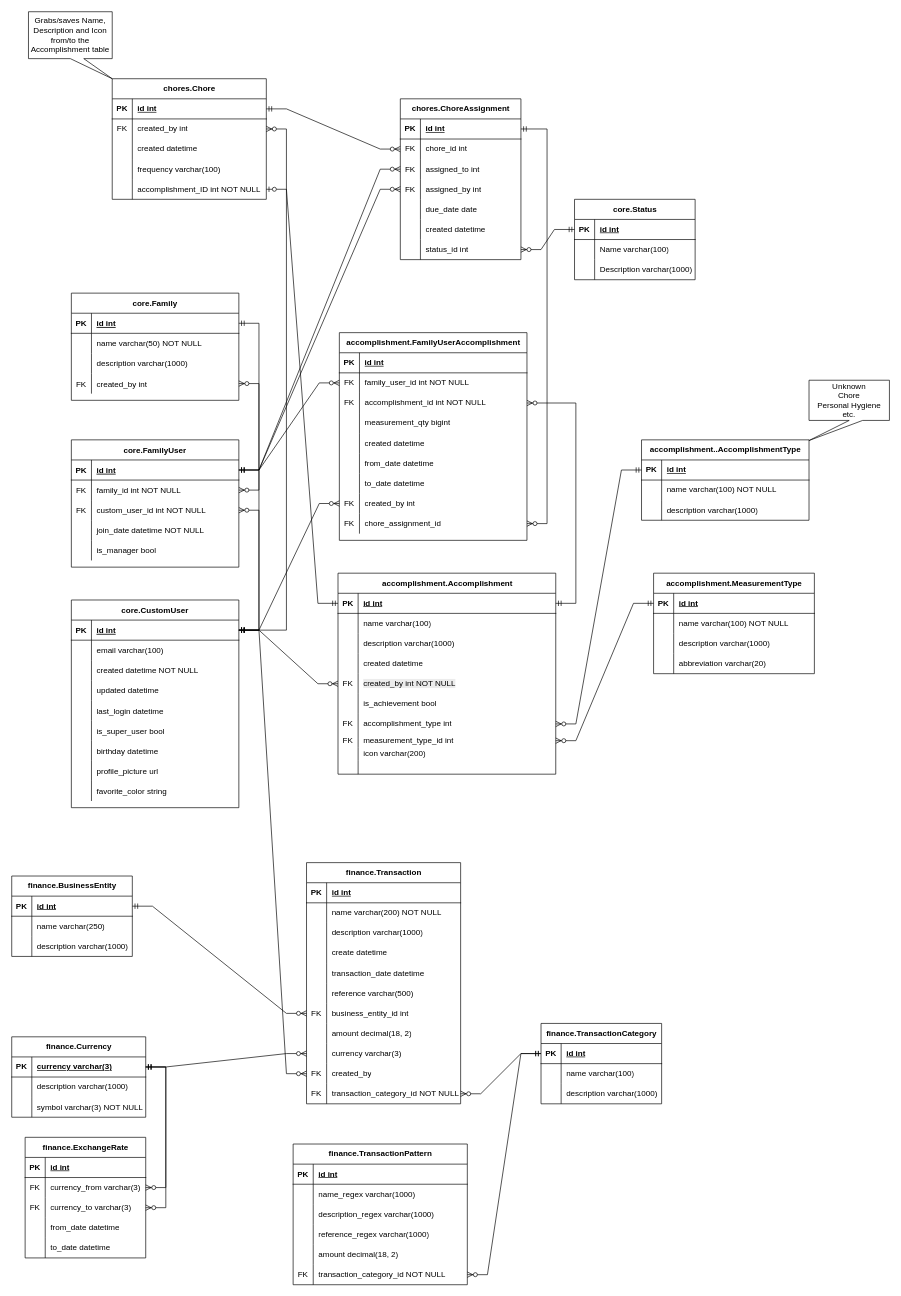
Before: documentation/erds/FamilyThingsERD.drawio in WimpieRatte/FamilyThings, a draw.io diagram. Source tidied: cells renumbered, new cells numbered last; positions are measured from the earlier drawing's top-left corner, leaving out a move shared by most shapes. Both pictures are drawn from the tidied source at 67%, with x=0, y=0 at pixel (11, 11).
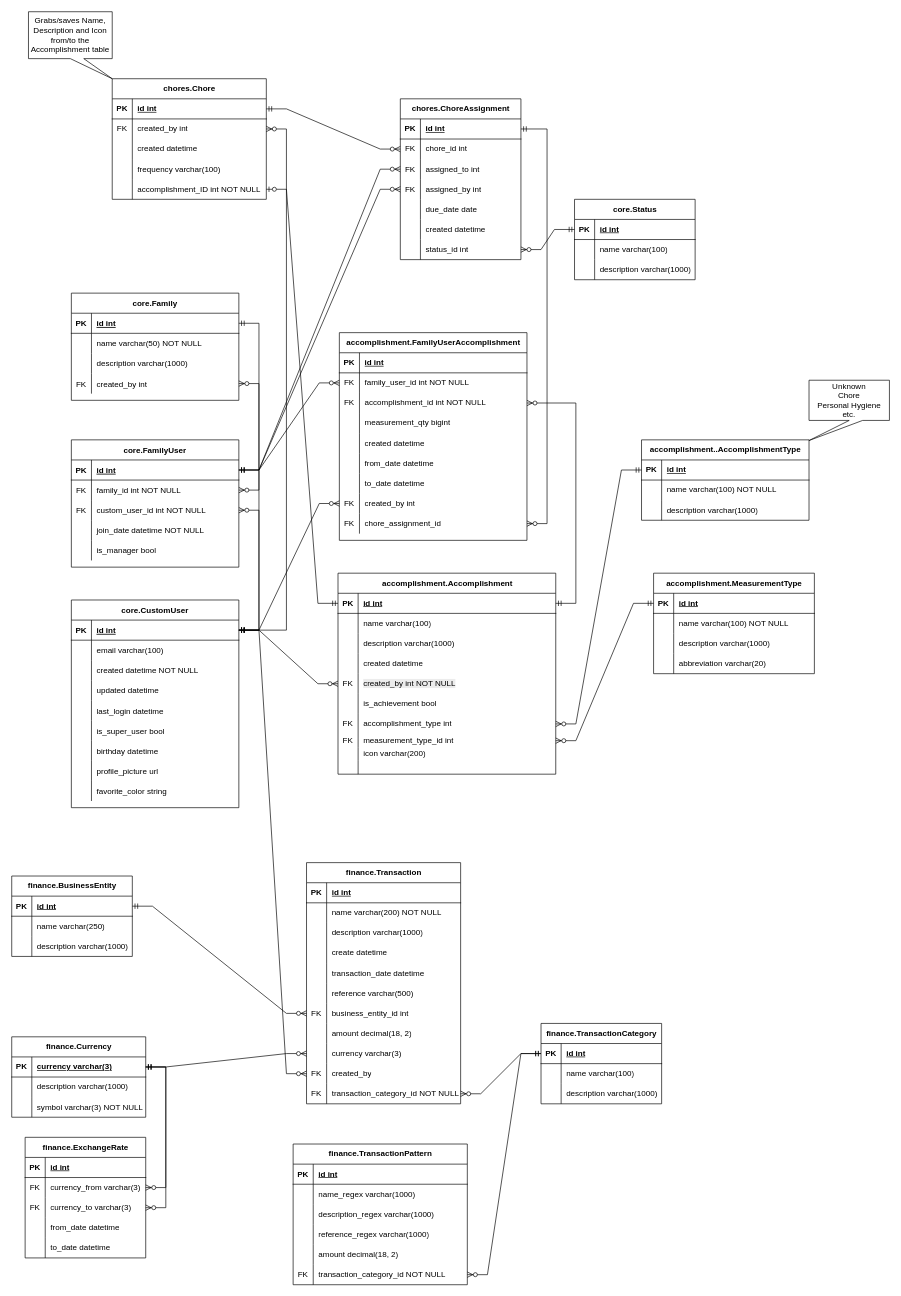
The same diagram, later.

Unchanged cells that the change refers to:
```xml
<mxCell id="301" style="shape=tableRow;horizontal=0;startSize=0;swimlaneHead=0;swimlaneBody=0;fillColor=none;top=0;left=0;right=0;bottom=0;" parent="297" vertex="1">
  <mxGeometry y="60" width="180" height="30" as="geometry" />
</mxCell>
<mxCell id="304" style="shape=tableRow;horizontal=0;startSize=0;swimlaneHead=0;swimlaneBody=0;fillColor=none;top=0;left=0;right=0;bottom=0;" parent="297" vertex="1">
  <mxGeometry y="90" width="180" height="30" as="geometry" />
</mxCell>
```

What changed in the source:
```diff
@@
-    <mxCell id="303" value="Name varchar(100)" style="shape=partialRectangle;fillColor=none;top=0;left=0;bottom=0;right=0;align=left;spacingLeft=6;overflow=hidden;whiteSpace=wrap;html=1;" parent="301" vertex="1">
+    <mxCell id="303" value="name varchar(100)" style="shape=partialRectangle;fillColor=none;top=0;left=0;bottom=0;right=0;align=left;spacingLeft=6;overflow=hidden;whiteSpace=wrap;html=1;" parent="301" vertex="1">
       <mxGeometry x="30" width="150" height="30" as="geometry" />
     </mxCell>
@@
-    <mxCell id="306" value="Description varchar(1000)" style="shape=partialRectangle;fillColor=none;top=0;left=0;bottom=0;right=0;align=left;spacingLeft=6;overflow=hidden;whiteSpace=wrap;html=1;" parent="304" vertex="1">
+    <mxCell id="306" value="description varchar(1000)" style="shape=partialRectangle;fillColor=none;top=0;left=0;bottom=0;right=0;align=left;spacingLeft=6;overflow=hidden;whiteSpace=wrap;html=1;" parent="304" vertex="1">
       <mxGeometry x="30" width="150" height="30" as="geometry" />
     </mxCell>
```
